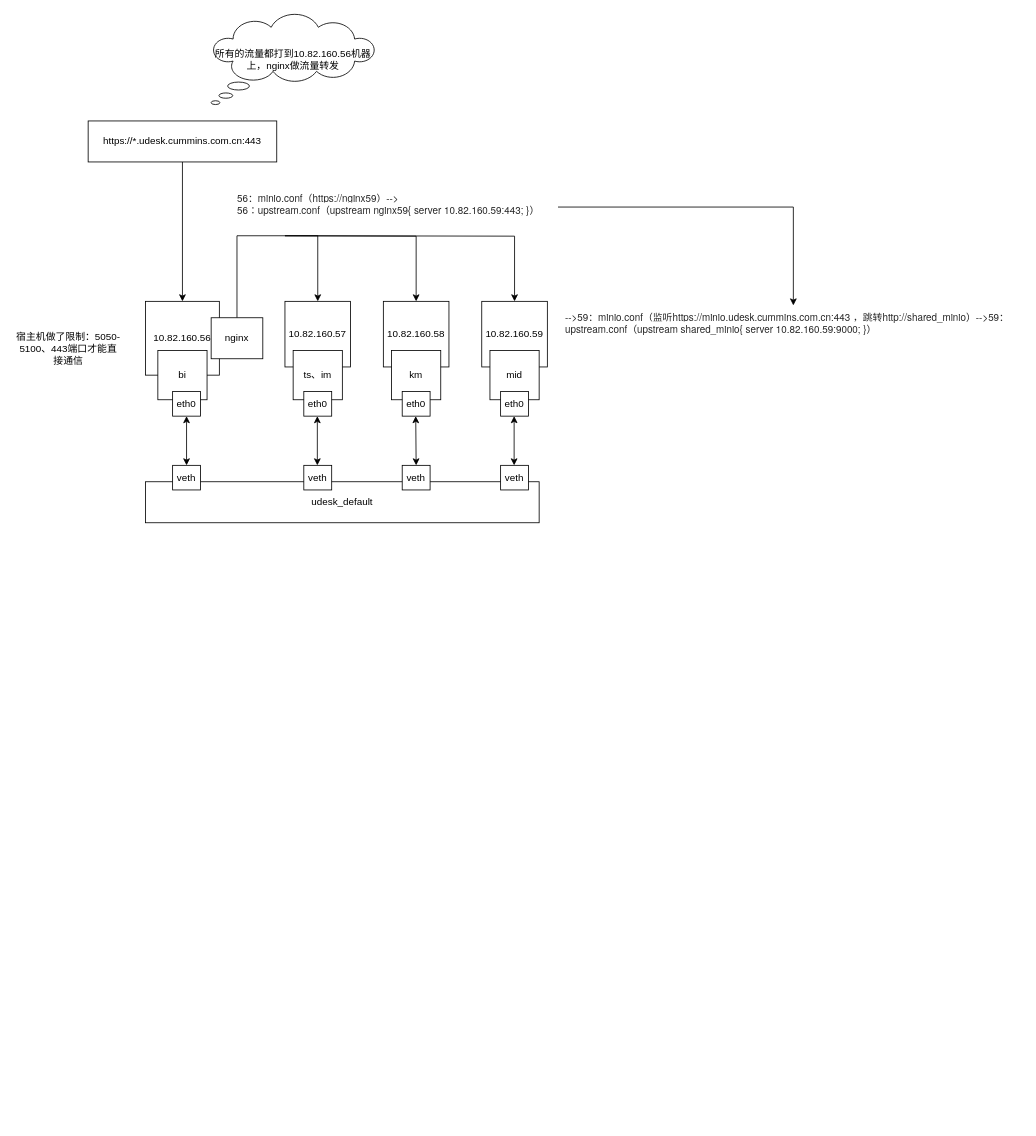
The draw.io diagram docker网络-康明斯.drawio in liuning0927/private_deploy, before the edit. Source tidied: cells renumbered, new cells numbered last; positions are measured from the earlier drawing's top-left corner, leaving out a move shared by most shapes. Both pictures are drawn from the tidied source at 82%, with x=0, y=0 at pixel (14, 14).
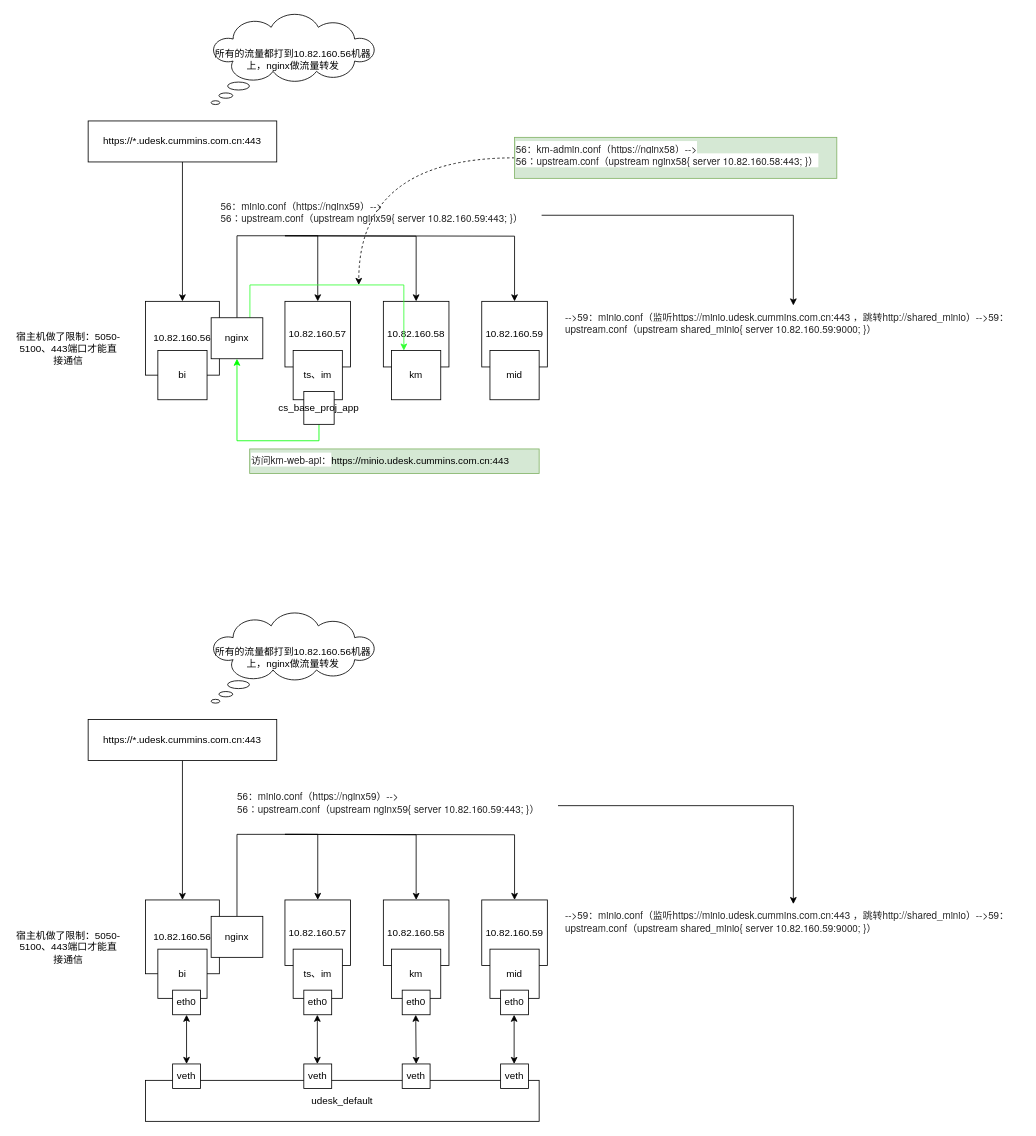
The same page after the edit.

The change refers to these unchanged cells:
```xml
<mxCell id="9" value="km" style="rounded=0;whiteSpace=wrap;html=1;" parent="1" vertex="1">
  <mxGeometry x="460" y="410" width="60" height="60" as="geometry" />
</mxCell>
<mxCell id="33" value="nginx" style="rounded=0;whiteSpace=wrap;html=1;" parent="1" vertex="1">
  <mxGeometry x="240" y="370" width="63" height="50" as="geometry" />
</mxCell>
```

The edit, as a diff of the source:
```diff
@@
-    <mxCell id="6" value="udesk_default" style="rounded=0;whiteSpace=wrap;html=1;" parent="1" vertex="1">
-      <mxGeometry x="160" y="570" width="480" height="50" as="geometry" />
-    </mxCell>
@@
-    <mxCell id="11" value="eth0" style="rounded=0;whiteSpace=wrap;html=1;" parent="1" vertex="1">
-      <mxGeometry x="193" y="460" width="34" height="30" as="geometry" />
-    </mxCell>
-    <mxCell id="12" value="eth0" style="rounded=0;whiteSpace=wrap;html=1;" parent="1" vertex="1">
-      <mxGeometry x="593" y="460" width="34" height="30" as="geometry" />
-    </mxCell>
-    <mxCell id="13" value="eth0" style="rounded=0;whiteSpace=wrap;html=1;" parent="1" vertex="1">
-      <mxGeometry x="473" y="460" width="34" height="30" as="geometry" />
-    </mxCell>
-    <mxCell id="14" value="eth0" style="rounded=0;whiteSpace=wrap;html=1;" parent="1" vertex="1">
-      <mxGeometry x="353" y="460" width="34" height="30" as="geometry" />
-    </mxCell>
-    <mxCell id="15" value="veth" style="rounded=0;whiteSpace=wrap;html=1;" parent="1" vertex="1">
-      <mxGeometry x="193" y="550" width="34" height="30" as="geometry" />
-    </mxCell>
-    <mxCell id="16" value="veth" style="rounded=0;whiteSpace=wrap;html=1;" parent="1" vertex="1">
-      <mxGeometry x="593" y="550" width="34" height="30" as="geometry" />
-    </mxCell>
-    <mxCell id="17" value="veth" style="rounded=0;whiteSpace=wrap;html=1;" parent="1" vertex="1">
-      <mxGeometry x="473" y="550" width="34" height="30" as="geometry" />
-    </mxCell>
-    <mxCell id="18" value="veth" style="rounded=0;whiteSpace=wrap;html=1;" parent="1" vertex="1">
-      <mxGeometry x="353" y="550" width="34" height="30" as="geometry" />
-    </mxCell>
-    <mxCell id="19" style="endArrow=classic;startArrow=classic;html=1;rounded=0;entryX=0.5;entryY=1;entryDx=0;entryDy=0;exitX=0.5;exitY=0;exitDx=0;exitDy=0;" parent="1" edge="1" source="15" target="11">
-      <mxGeometry relative="1" as="geometry" />
-    </mxCell>
-    <mxCell id="20" style="endArrow=classic;startArrow=classic;html=1;rounded=0;entryX=0.5;entryY=1;entryDx=0;entryDy=0;exitX=0.5;exitY=0;exitDx=0;exitDy=0;" parent="1" edge="1">
-      <mxGeometry relative="1" as="geometry">
-        <mxPoint x="609.5" y="550" as="sourcePoint" />
-        <mxPoint x="609.5" y="490" as="targetPoint" />
-      </mxGeometry>
-    </mxCell>
-    <mxCell id="21" style="endArrow=classic;startArrow=classic;html=1;rounded=0;entryX=0.5;entryY=1;entryDx=0;entryDy=0;" parent="1" edge="1">
-      <mxGeometry relative="1" as="geometry">
-        <mxPoint x="490" y="550" as="sourcePoint" />
-        <mxPoint x="489.5" y="490" as="targetPoint" />
-      </mxGeometry>
-    </mxCell>
-    <mxCell id="22" style="endArrow=classic;startArrow=classic;html=1;rounded=0;entryX=0.5;entryY=1;entryDx=0;entryDy=0;exitX=0.5;exitY=0;exitDx=0;exitDy=0;" parent="1" edge="1">
-      <mxGeometry relative="1" as="geometry">
-        <mxPoint x="369.5" y="550" as="sourcePoint" />
-        <mxPoint x="369.5" y="490" as="targetPoint" />
-      </mxGeometry>
-    </mxCell>
@@
     <mxCell id="30" value="&lt;span style=&quot;border-color: var(--border-color); font-size: 12px; font-style: normal; font-variant-ligatures: normal; font-variant-caps: normal; font-weight: 400; letter-spacing: normal; orphans: 2; text-align: left; text-indent: 0px; text-transform: none; widows: 2; word-spacing: 0px; -webkit-text-stroke-width: 0px; text-decoration-thickness: initial; text-decoration-style: initial; text-decoration-color: initial; color: rgb(38, 38, 38); font-family: &amp;quot;Helvetica Neue&amp;quot;, &amp;quot;Chinese Quote&amp;quot;, BlinkMacSystemFont, &amp;quot;Segoe UI&amp;quot;, Roboto, &amp;quot;PingFang SC&amp;quot;, &amp;quot;Hiragino Sans GB&amp;quot;, &amp;quot;Microsoft YaHei&amp;quot;, &amp;quot;Helvetica Neue&amp;quot;, Helvetica, Arial, sans-serif; background-color: rgb(255, 255, 255); float: none; display: inline !important;&quot;&gt;56：minio.conf（https://nginx59）--&amp;gt;&lt;br&gt;56：upstream.conf（upstream nginx59{ server 10.82.160.59:443; }）&lt;/span&gt;" style="text;whiteSpace=wrap;html=1;" parent="1" vertex="1">
-      <mxGeometry x="270" y="210" width="393" height="50" as="geometry" />
+      <mxGeometry x="250" y="220" width="393" height="50" as="geometry" />
     </mxCell>
@@
+    <mxCell id="34" style="edgeStyle=orthogonalEdgeStyle;rounded=0;jettySize=auto;html=1;exitX=0.75;exitY=0;exitDx=0;exitDy=0;entryX=0.25;entryY=0;entryDx=0;entryDy=0;strokeColor=#33FF33;" parent="1" edge="1" source="33" target="9">
+      <mxGeometry relative="1" as="geometry">
+        <Array as="points">
+          <mxPoint x="287" y="330" />
+          <mxPoint x="475" y="330" />
+        </Array>
+      </mxGeometry>
+    </mxCell>
@@
+    <mxCell id="35" value="10.82.160.57" style="whiteSpace=wrap;html=1;" parent="1" vertex="1">
+      <mxGeometry x="330" y="1080" width="80" height="80" as="geometry" />
+    </mxCell>
+    <mxCell id="36" value="10.82.160.59" style="whiteSpace=wrap;html=1;" parent="1" vertex="1">
+      <mxGeometry x="570" y="1080" width="80" height="80" as="geometry" />
+    </mxCell>
+    <mxCell id="37" value="10.82.160.56" style="whiteSpace=wrap;html=1;" parent="1" vertex="1">
+      <mxGeometry x="160" y="1080" width="90" height="90" as="geometry" />
+    </mxCell>
+    <mxCell id="38" value="10.82.160.58" style="whiteSpace=wrap;html=1;" parent="1" vertex="1">
+      <mxGeometry x="450" y="1080" width="80" height="80" as="geometry" />
+    </mxCell>
+    <mxCell id="6" value="udesk_default" style="rounded=0;whiteSpace=wrap;html=1;" parent="1" vertex="1">
+      <mxGeometry x="160" y="1300" width="480" height="50" as="geometry" />
+    </mxCell>
+    <mxCell id="39" value="bi" style="rounded=0;whiteSpace=wrap;html=1;" parent="1" vertex="1">
+      <mxGeometry x="175" y="1140" width="60" height="60" as="geometry" />
+    </mxCell>
+    <mxCell id="40" value="ts、im" style="rounded=0;whiteSpace=wrap;html=1;" parent="1" vertex="1">
+      <mxGeometry x="340" y="1140" width="60" height="60" as="geometry" />
+    </mxCell>
+    <mxCell id="41" value="km" style="rounded=0;whiteSpace=wrap;html=1;" parent="1" vertex="1">
+      <mxGeometry x="460" y="1140" width="60" height="60" as="geometry" />
+    </mxCell>
+    <mxCell id="42" value="mid" style="rounded=0;whiteSpace=wrap;html=1;" parent="1" vertex="1">
+      <mxGeometry x="580" y="1140" width="60" height="60" as="geometry" />
+    </mxCell>
+    <mxCell id="43" value="eth0" style="rounded=0;whiteSpace=wrap;html=1;" parent="1" vertex="1">
+      <mxGeometry x="193" y="1190" width="34" height="30" as="geometry" />
+    </mxCell>
+    <mxCell id="44" value="eth0" style="rounded=0;whiteSpace=wrap;html=1;" parent="1" vertex="1">
+      <mxGeometry x="593" y="1190" width="34" height="30" as="geometry" />
+    </mxCell>
+    <mxCell id="45" value="eth0" style="rounded=0;whiteSpace=wrap;html=1;" parent="1" vertex="1">
+      <mxGeometry x="473" y="1190" width="34" height="30" as="geometry" />
+    </mxCell>
+    <mxCell id="46" value="eth0" style="rounded=0;whiteSpace=wrap;html=1;" parent="1" vertex="1">
+      <mxGeometry x="353" y="1190" width="34" height="30" as="geometry" />
+    </mxCell>
+    <mxCell id="47" value="veth" style="rounded=0;whiteSpace=wrap;html=1;" parent="1" vertex="1">
+      <mxGeometry x="193" y="1280" width="34" height="30" as="geometry" />
+    </mxCell>
+    <mxCell id="48" value="veth" style="rounded=0;whiteSpace=wrap;html=1;" parent="1" vertex="1">
+      <mxGeometry x="593" y="1280" width="34" height="30" as="geometry" />
+    </mxCell>
+    <mxCell id="49" value="veth" style="rounded=0;whiteSpace=wrap;html=1;" parent="1" vertex="1">
+      <mxGeometry x="473" y="1280" width="34" height="30" as="geometry" />
+    </mxCell>
+    <mxCell id="50" value="veth" style="rounded=0;whiteSpace=wrap;html=1;" parent="1" vertex="1">
+      <mxGeometry x="353" y="1280" width="34" height="30" as="geometry" />
+    </mxCell>
+    <mxCell id="51" style="endArrow=classic;startArrow=classic;html=1;rounded=0;entryX=0.5;entryY=1;entryDx=0;entryDy=0;exitX=0.5;exitY=0;exitDx=0;exitDy=0;" parent="1" edge="1" source="47" target="43">
+      <mxGeometry relative="1" as="geometry" />
+    </mxCell>
+    <mxCell id="52" style="endArrow=classic;startArrow=classic;html=1;rounded=0;entryX=0.5;entryY=1;entryDx=0;entryDy=0;exitX=0.5;exitY=0;exitDx=0;exitDy=0;" parent="1" edge="1">
+      <mxGeometry relative="1" as="geometry">
+        <mxPoint x="609.5" y="1280" as="sourcePoint" />
+        <mxPoint x="609.5" y="1220" as="targetPoint" />
+      </mxGeometry>
+    </mxCell>
+    <mxCell id="53" style="endArrow=classic;startArrow=classic;html=1;rounded=0;entryX=0.5;entryY=1;entryDx=0;entryDy=0;" parent="1" edge="1">
+      <mxGeometry relative="1" as="geometry">
+        <mxPoint x="490" y="1280" as="sourcePoint" />
+        <mxPoint x="489.5" y="1220" as="targetPoint" />
+      </mxGeometry>
+    </mxCell>
+    <mxCell id="54" style="endArrow=classic;startArrow=classic;html=1;rounded=0;entryX=0.5;entryY=1;entryDx=0;entryDy=0;exitX=0.5;exitY=0;exitDx=0;exitDy=0;" parent="1" edge="1">
+      <mxGeometry relative="1" as="geometry">
+        <mxPoint x="369.5" y="1280" as="sourcePoint" />
+        <mxPoint x="369.5" y="1220" as="targetPoint" />
+      </mxGeometry>
+    </mxCell>
+    <mxCell id="55" style="edgeStyle=orthogonalEdgeStyle;rounded=0;jettySize=auto;html=1;exitX=0.5;exitY=1;exitDx=0;exitDy=0;" parent="1" edge="1" target="38">
+      <mxGeometry relative="1" as="geometry">
+        <mxPoint x="330" y="1000" as="sourcePoint" />
+      </mxGeometry>
+    </mxCell>
+    <mxCell id="56" style="edgeStyle=orthogonalEdgeStyle;rounded=0;jettySize=auto;html=1;exitX=0.5;exitY=1;exitDx=0;exitDy=0;entryX=0.5;entryY=0;entryDx=0;entryDy=0;" parent="1" edge="1" target="36">
+      <mxGeometry relative="1" as="geometry">
+        <mxPoint x="330" y="1000" as="sourcePoint" />
+      </mxGeometry>
+    </mxCell>
+    <mxCell id="57" style="edgeStyle=orthogonalEdgeStyle;rounded=0;jettySize=auto;html=1;exitX=0.5;exitY=1;exitDx=0;exitDy=0;" parent="1" edge="1" source="58" target="37">
+      <mxGeometry relative="1" as="geometry" />
+    </mxCell>
+    <mxCell id="58" value="https://*.udesk.cummins.com.cn:443" style="rounded=0;whiteSpace=wrap;html=1;" parent="1" vertex="1">
+      <mxGeometry x="90" y="860" width="230" height="50" as="geometry" />
+    </mxCell>
+    <mxCell id="59" value="&lt;span style=&quot;color: rgb(38, 38, 38); font-family: &amp;quot;Helvetica Neue&amp;quot;, &amp;quot;Chinese Quote&amp;quot;, BlinkMacSystemFont, &amp;quot;Segoe UI&amp;quot;, Roboto, &amp;quot;PingFang SC&amp;quot;, &amp;quot;Hiragino Sans GB&amp;quot;, &amp;quot;Microsoft YaHei&amp;quot;, &amp;quot;Helvetica Neue&amp;quot;, Helvetica, Arial, sans-serif; font-size: 12px; font-style: normal; font-variant-ligatures: normal; font-variant-caps: normal; font-weight: 400; letter-spacing: normal; orphans: 2; text-align: left; text-indent: 0px; text-transform: none; widows: 2; word-spacing: 0px; -webkit-text-stroke-width: 0px; background-color: rgb(255, 255, 255); text-decoration-thickness: initial; text-decoration-style: initial; text-decoration-color: initial; float: none; display: inline !important;&quot;&gt;--&amp;gt;59：minio.conf（监听https://minio.udesk.cummins.com.cn:443 ，跳转http://shared_minio）--&amp;gt;59：upstream.conf（upstream shared_minio{ server 10.82.160.59:9000; }）&lt;/span&gt;&lt;br&gt;" style="text;whiteSpace=wrap;html=1;" parent="1" vertex="1">
+      <mxGeometry x="670" y="1085" width="560" height="80" as="geometry" />
+    </mxCell>
+    <mxCell id="60" value="&lt;div style=&quot;text-align: center;&quot;&gt;&lt;span style=&quot;background-color: initial;&quot;&gt;宿主机做了限制：5050-5100、443端口才能直接通信&lt;/span&gt;&lt;/div&gt;" style="text;whiteSpace=wrap;html=1;" parent="1" vertex="1">
+      <mxGeometry y="1110" width="130" height="60" as="geometry" />
+    </mxCell>
+    <mxCell id="61" style="edgeStyle=orthogonalEdgeStyle;rounded=0;jettySize=auto;html=1;" parent="1" edge="1" source="62" target="59">
+      <mxGeometry relative="1" as="geometry" />
+    </mxCell>
+    <mxCell id="62" value="&lt;span style=&quot;border-color: var(--border-color); font-size: 12px; font-style: normal; font-variant-ligatures: normal; font-variant-caps: normal; font-weight: 400; letter-spacing: normal; orphans: 2; text-align: left; text-indent: 0px; text-transform: none; widows: 2; word-spacing: 0px; -webkit-text-stroke-width: 0px; text-decoration-thickness: initial; text-decoration-style: initial; text-decoration-color: initial; color: rgb(38, 38, 38); font-family: &amp;quot;Helvetica Neue&amp;quot;, &amp;quot;Chinese Quote&amp;quot;, BlinkMacSystemFont, &amp;quot;Segoe UI&amp;quot;, Roboto, &amp;quot;PingFang SC&amp;quot;, &amp;quot;Hiragino Sans GB&amp;quot;, &amp;quot;Microsoft YaHei&amp;quot;, &amp;quot;Helvetica Neue&amp;quot;, Helvetica, Arial, sans-serif; background-color: rgb(255, 255, 255); float: none; display: inline !important;&quot;&gt;56：minio.conf（https://nginx59）--&amp;gt;&lt;br&gt;56：upstream.conf（upstream nginx59{ server 10.82.160.59:443; }）&lt;/span&gt;" style="text;whiteSpace=wrap;html=1;" parent="1" vertex="1">
+      <mxGeometry x="270" y="940" width="393" height="50" as="geometry" />
+    </mxCell>
+    <mxCell id="63" value="所有的流量都打到10.82.160.56机器上，nginx做流量转发" style="whiteSpace=wrap;html=1;shape=mxgraph.basic.cloud_callout;" parent="1" vertex="1">
+      <mxGeometry x="240" y="730" width="200" height="110" as="geometry" />
+    </mxCell>
+    <mxCell id="64" style="edgeStyle=orthogonalEdgeStyle;rounded=0;jettySize=auto;html=1;exitX=0.5;exitY=0;exitDx=0;exitDy=0;entryX=0.5;entryY=0;entryDx=0;entryDy=0;" parent="1" edge="1" source="65" target="35">
+      <mxGeometry relative="1" as="geometry">
+        <Array as="points">
+          <mxPoint x="272" y="1000" />
+          <mxPoint x="370" y="1000" />
+        </Array>
+      </mxGeometry>
+    </mxCell>
+    <mxCell id="65" value="nginx" style="rounded=0;whiteSpace=wrap;html=1;" parent="1" vertex="1">
+      <mxGeometry x="240" y="1100" width="63" height="50" as="geometry" />
+    </mxCell>
+    <mxCell id="66" style="edgeStyle=orthogonalEdgeStyle;rounded=0;jettySize=auto;html=1;exitX=0.5;exitY=1;exitDx=0;exitDy=0;entryX=0.5;entryY=1;entryDx=0;entryDy=0;strokeColor=#00FF00;" parent="1" edge="1" source="67" target="33">
+      <mxGeometry relative="1" as="geometry" />
+    </mxCell>
+    <mxCell id="67" value="cs_base_proj_app" style="rounded=0;whiteSpace=wrap;html=1;" parent="1" vertex="1">
+      <mxGeometry x="353" y="460" width="37" height="40" as="geometry" />
+    </mxCell>
+    <mxCell id="68" value="&lt;font face=&quot;Helvetica Neue, Chinese Quote, BlinkMacSystemFont, Segoe UI, Roboto, PingFang SC, Hiragino Sans GB, Microsoft YaHei, Helvetica Neue, Helvetica, Arial, sans-serif&quot; color=&quot;#262626&quot;&gt;&lt;span style=&quot;background-color: rgb(255, 255, 255);&quot;&gt;访问km-web-api：&lt;/span&gt;&lt;/font&gt;https://minio.udesk.cummins.com.cn:443" style="text;whiteSpace=wrap;html=1;fillColor=#d5e8d4;strokeColor=#82b366;" parent="1" vertex="1">
+      <mxGeometry x="287" y="530" width="353" height="30" as="geometry" />
+    </mxCell>
+    <mxCell id="69" style="edgeStyle=orthogonalEdgeStyle;rounded=0;jettySize=auto;html=1;dashed=1;curved=1;" parent="1" edge="1" source="70">
+      <mxGeometry relative="1" as="geometry">
+        <mxPoint x="420" y="330" as="targetPoint" />
+      </mxGeometry>
+    </mxCell>
+    <mxCell id="70" value="&lt;span style=&quot;border-color: var(--border-color); font-size: 12px; font-style: normal; font-variant-ligatures: normal; font-variant-caps: normal; font-weight: 400; letter-spacing: normal; orphans: 2; text-align: left; text-indent: 0px; text-transform: none; widows: 2; word-spacing: 0px; -webkit-text-stroke-width: 0px; text-decoration-thickness: initial; text-decoration-style: initial; text-decoration-color: initial; color: rgb(38, 38, 38); font-family: &amp;quot;Helvetica Neue&amp;quot;, &amp;quot;Chinese Quote&amp;quot;, BlinkMacSystemFont, &amp;quot;Segoe UI&amp;quot;, Roboto, &amp;quot;PingFang SC&amp;quot;, &amp;quot;Hiragino Sans GB&amp;quot;, &amp;quot;Microsoft YaHei&amp;quot;, &amp;quot;Helvetica Neue&amp;quot;, Helvetica, Arial, sans-serif; background-color: rgb(255, 255, 255); float: none; display: inline !important;&quot;&gt;56：km-admin.conf（https://nginx58）--&amp;gt;&lt;br&gt;56：upstream.conf（upstream nginx58{ server 10.82.160.58:443; }）&lt;/span&gt;" style="text;whiteSpace=wrap;html=1;fillColor=#d5e8d4;strokeColor=#82b366;" parent="1" vertex="1">
+      <mxGeometry x="610" y="150" width="393" height="50" as="geometry" />
+    </mxCell>
```
